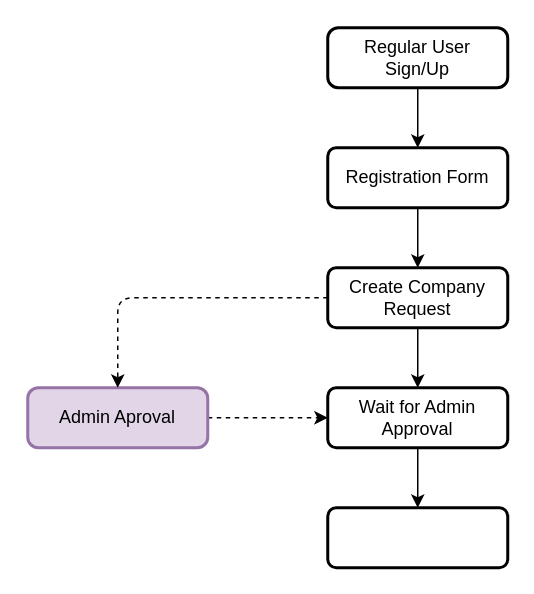
This is Untitled Diagram.drawio from waltermayor/basis, a draw.io file, before an edit. Source tidied: cells renumbered, new cells numbered last; positions are measured from the earlier drawing's top-left corner, leaving out a move shared by most shapes. Both pictures are drawn from the tidied source at 150%, with x=0, y=0 at pixel (27, 27).
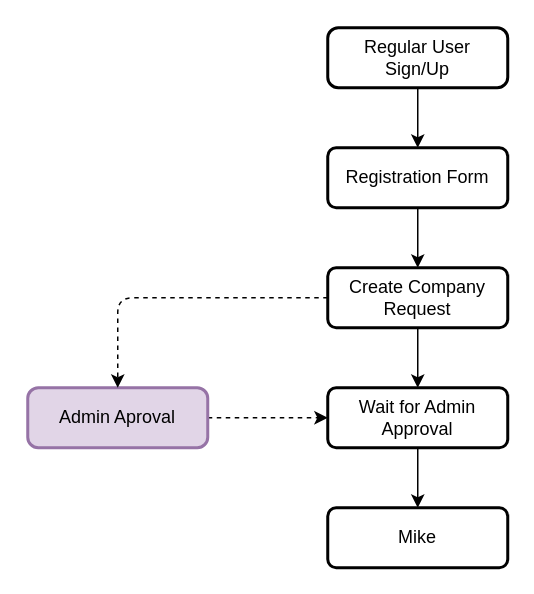
After the change.

What changed in the source:
```diff
@@
 <mxGraphModel>
   <root>
     <mxCell id="0" />
     <mxCell id="1" parent="0" />
     <mxCell id="2" style="edgeStyle=orthogonalEdgeStyle;rounded=0;jettySize=auto;html=1;" parent="1" edge="1" source="3" target="5">
       <mxGeometry relative="1" as="geometry" />
     </mxCell>
     <mxCell id="3" value="Regular User&lt;br&gt;Sign/Up" style="rounded=1;whiteSpace=wrap;html=1;absoluteArcSize=1;arcSize=14;strokeWidth=2;" parent="1" vertex="1">
       <mxGeometry x="200" width="120" height="40" as="geometry" />
     </mxCell>
     <mxCell id="4" style="edgeStyle=orthogonalEdgeStyle;rounded=0;jettySize=auto;html=1;" parent="1" edge="1" source="5" target="7">
       <mxGeometry relative="1" as="geometry" />
     </mxCell>
     <mxCell id="5" value="Registration Form" style="whiteSpace=wrap;html=1;rounded=1;strokeWidth=2;arcSize=14;" parent="1" vertex="1">
       <mxGeometry x="200" y="80" width="120" height="40" as="geometry" />
     </mxCell>
     <mxCell id="6" style="edgeStyle=orthogonalEdgeStyle;rounded=0;jettySize=auto;html=1;" parent="1" edge="1" source="7" target="9">
       <mxGeometry relative="1" as="geometry" />
     </mxCell>
     <mxCell id="7" value="Create Company&lt;br&gt;Request" style="whiteSpace=wrap;html=1;rounded=1;strokeWidth=2;arcSize=14;" parent="1" vertex="1">
       <mxGeometry x="200" y="160" width="120" height="40" as="geometry" />
     </mxCell>
     <mxCell id="8" style="edgeStyle=orthogonalEdgeStyle;rounded=0;jettySize=auto;html=1;" parent="1" edge="1" source="9" target="12">
       <mxGeometry relative="1" as="geometry" />
     </mxCell>
     <mxCell id="9" value="Wait for Admin Approval" style="whiteSpace=wrap;html=1;rounded=1;strokeWidth=2;arcSize=14;" parent="1" vertex="1">
       <mxGeometry x="200" y="240" width="120" height="40" as="geometry" />
     </mxCell>
     <mxCell id="10" style="edgeStyle=orthogonalEdgeStyle;rounded=0;jettySize=auto;html=1;dashed=1;" parent="1" edge="1" source="11" target="9">
       <mxGeometry relative="1" as="geometry" />
     </mxCell>
     <mxCell id="11" value="Admin Aproval" style="rounded=1;whiteSpace=wrap;html=1;absoluteArcSize=1;arcSize=14;strokeWidth=2;fillColor=#e1d5e7;strokeColor=#9673a6;" parent="1" vertex="1">
       <mxGeometry y="240" width="120" height="40" as="geometry" />
     </mxCell>
-    <mxCell id="12" style="whiteSpace=wrap;html=1;rounded=1;strokeWidth=2;arcSize=14;" parent="1" vertex="1">
+    <mxCell id="12" value="Mike" style="whiteSpace=wrap;html=1;rounded=1;strokeWidth=2;arcSize=14;" parent="1" vertex="1">
       <mxGeometry x="200" y="320" width="120" height="40" as="geometry" />
     </mxCell>
     <mxCell id="13" style="endArrow=classic;html=1;exitX=0;exitY=0.5;exitDx=0;exitDy=0;entryX=0.5;entryY=0;entryDx=0;entryDy=0;dashed=1;" parent="1" edge="1" source="7" target="11">
       <mxGeometry relative="1" as="geometry">
         <Array as="points">
           <mxPoint x="60" y="180" />
         </Array>
       </mxGeometry>
     </mxCell>
   </root>
 </mxGraphModel>
```
